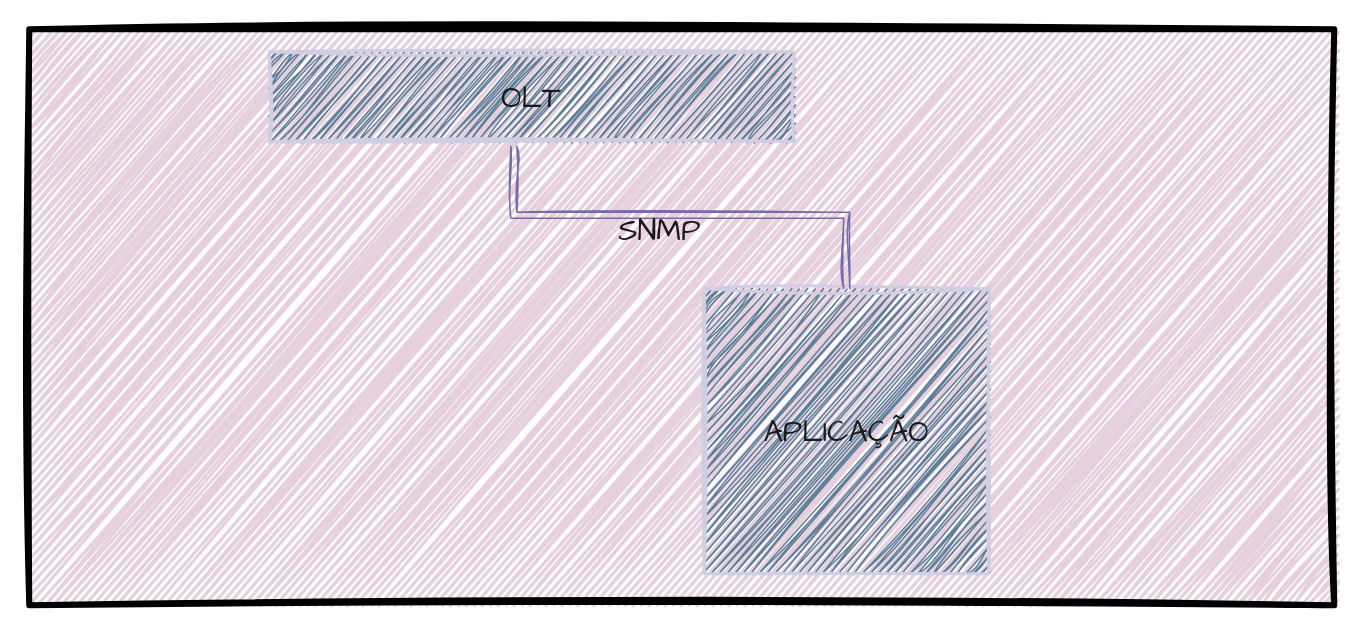
Before: img/sc-olt-intelbras-8820i.drawio in saulotarsobc/sc-olt-intelbras-gpon, a draw.io diagram. Source tidied: cells renumbered, new cells numbered last; positions are measured from the earlier drawing's top-left corner, leaving out a move shared by most shapes. Both pictures are drawn from the tidied source at 150%, with x=0, y=0 at pixel (28, 28).
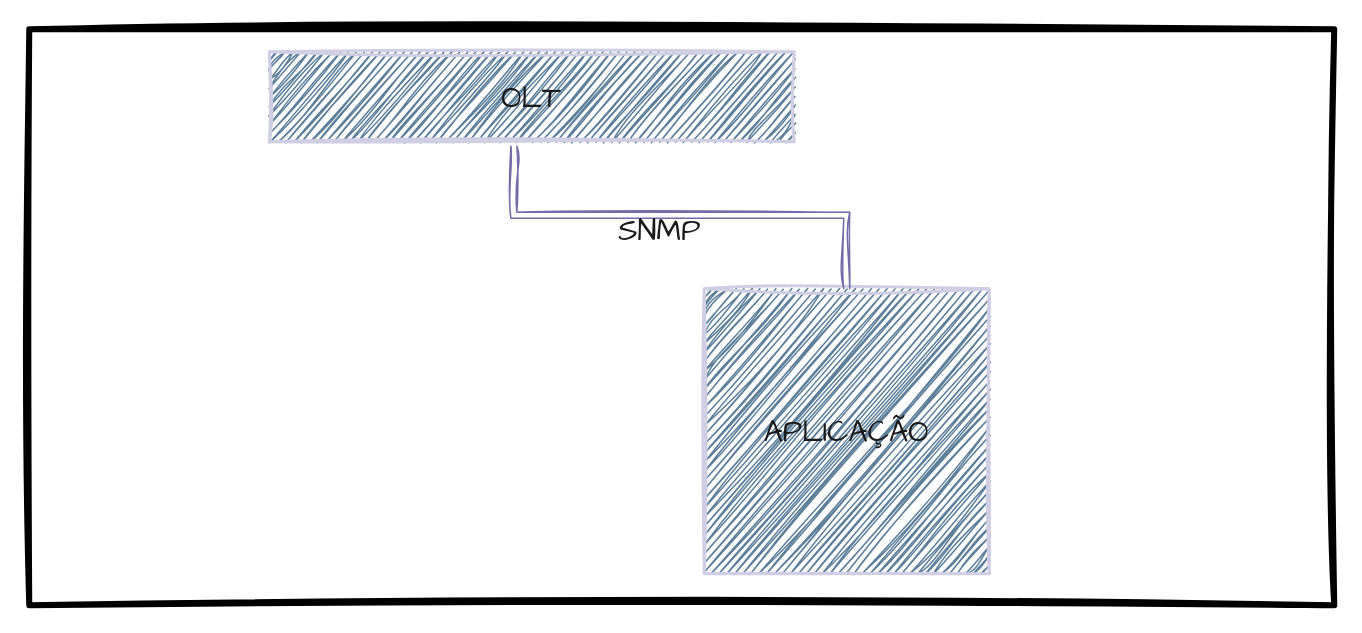
After the change.

Change to the diagram source:
```diff
@@
-<mxGraphModel>
+<mxGraphModel background="#ffffff">
   <root>
     <mxCell id="0" />
     <mxCell id="1" parent="0" />
-    <mxCell id="2" style="rounded=0;whiteSpace=wrap;html=1;sketch=1;hachureGap=4;jiggle=2;curveFitting=1;fontFamily=Architects Daughter;fontSize=20;strokeWidth=4;fillColor=#E6D0DE;" parent="1" vertex="1">
+    <mxCell id="2" style="rounded=0;whiteSpace=wrap;html=1;sketch=1;hachureGap=4;jiggle=2;curveFitting=1;fontFamily=Architects Daughter;fontSize=20;strokeWidth=4;fillColor=default;" parent="1" vertex="1">
       <mxGeometry width="870" height="384" as="geometry" />
     </mxCell>
     <mxCell id="3" value="OLT" style="rounded=0;whiteSpace=wrap;html=1;sketch=1;hachureGap=4;jiggle=2;curveFitting=1;fontFamily=Architects Daughter;fontSize=20;labelBackgroundColor=none;fillColor=#5D7F99;strokeColor=#D0CEE2;fontColor=#1A1A1A;gradientColor=none;strokeWidth=2;" parent="1" vertex="1">
       <mxGeometry x="160" y="15" width="350" height="60" as="geometry" />
     </mxCell>
     <mxCell id="4" value="APLICAÇÃO" style="whiteSpace=wrap;html=1;sketch=1;hachureGap=4;jiggle=2;curveFitting=1;fontFamily=Architects Daughter;fontSize=20;labelBackgroundColor=none;fillColor=#5D7F99;strokeColor=#D0CEE2;fontColor=#1A1A1A;strokeWidth=2;" parent="1" vertex="1">
       <mxGeometry x="450" y="173" width="190" height="190" as="geometry" />
     </mxCell>
     <mxCell id="5" style="edgeStyle=orthogonalEdgeStyle;rounded=0;sketch=1;hachureGap=4;jiggle=2;curveFitting=1;jettySize=auto;html=1;entryX=0.466;entryY=1.05;entryDx=0;entryDy=0;entryPerimeter=0;fontFamily=Architects Daughter;fontSize=16;shape=link;flowAnimation=1;labelBackgroundColor=none;strokeColor=#736CA8;fontColor=default;" parent="1" edge="1" source="4" target="3">
       <mxGeometry relative="1" as="geometry" />
     </mxCell>
     <mxCell id="6" value="SNMP" style="text;html=1;align=center;verticalAlign=middle;strokeColor=none;fillColor=none;fontSize=20;fontFamily=Architects Daughter;labelBackgroundColor=none;fontColor=#1A1A1A;" parent="1" vertex="1">
       <mxGeometry x="380" y="114" width="80" height="40" as="geometry" />
     </mxCell>
   </root>
 </mxGraphModel>
```
